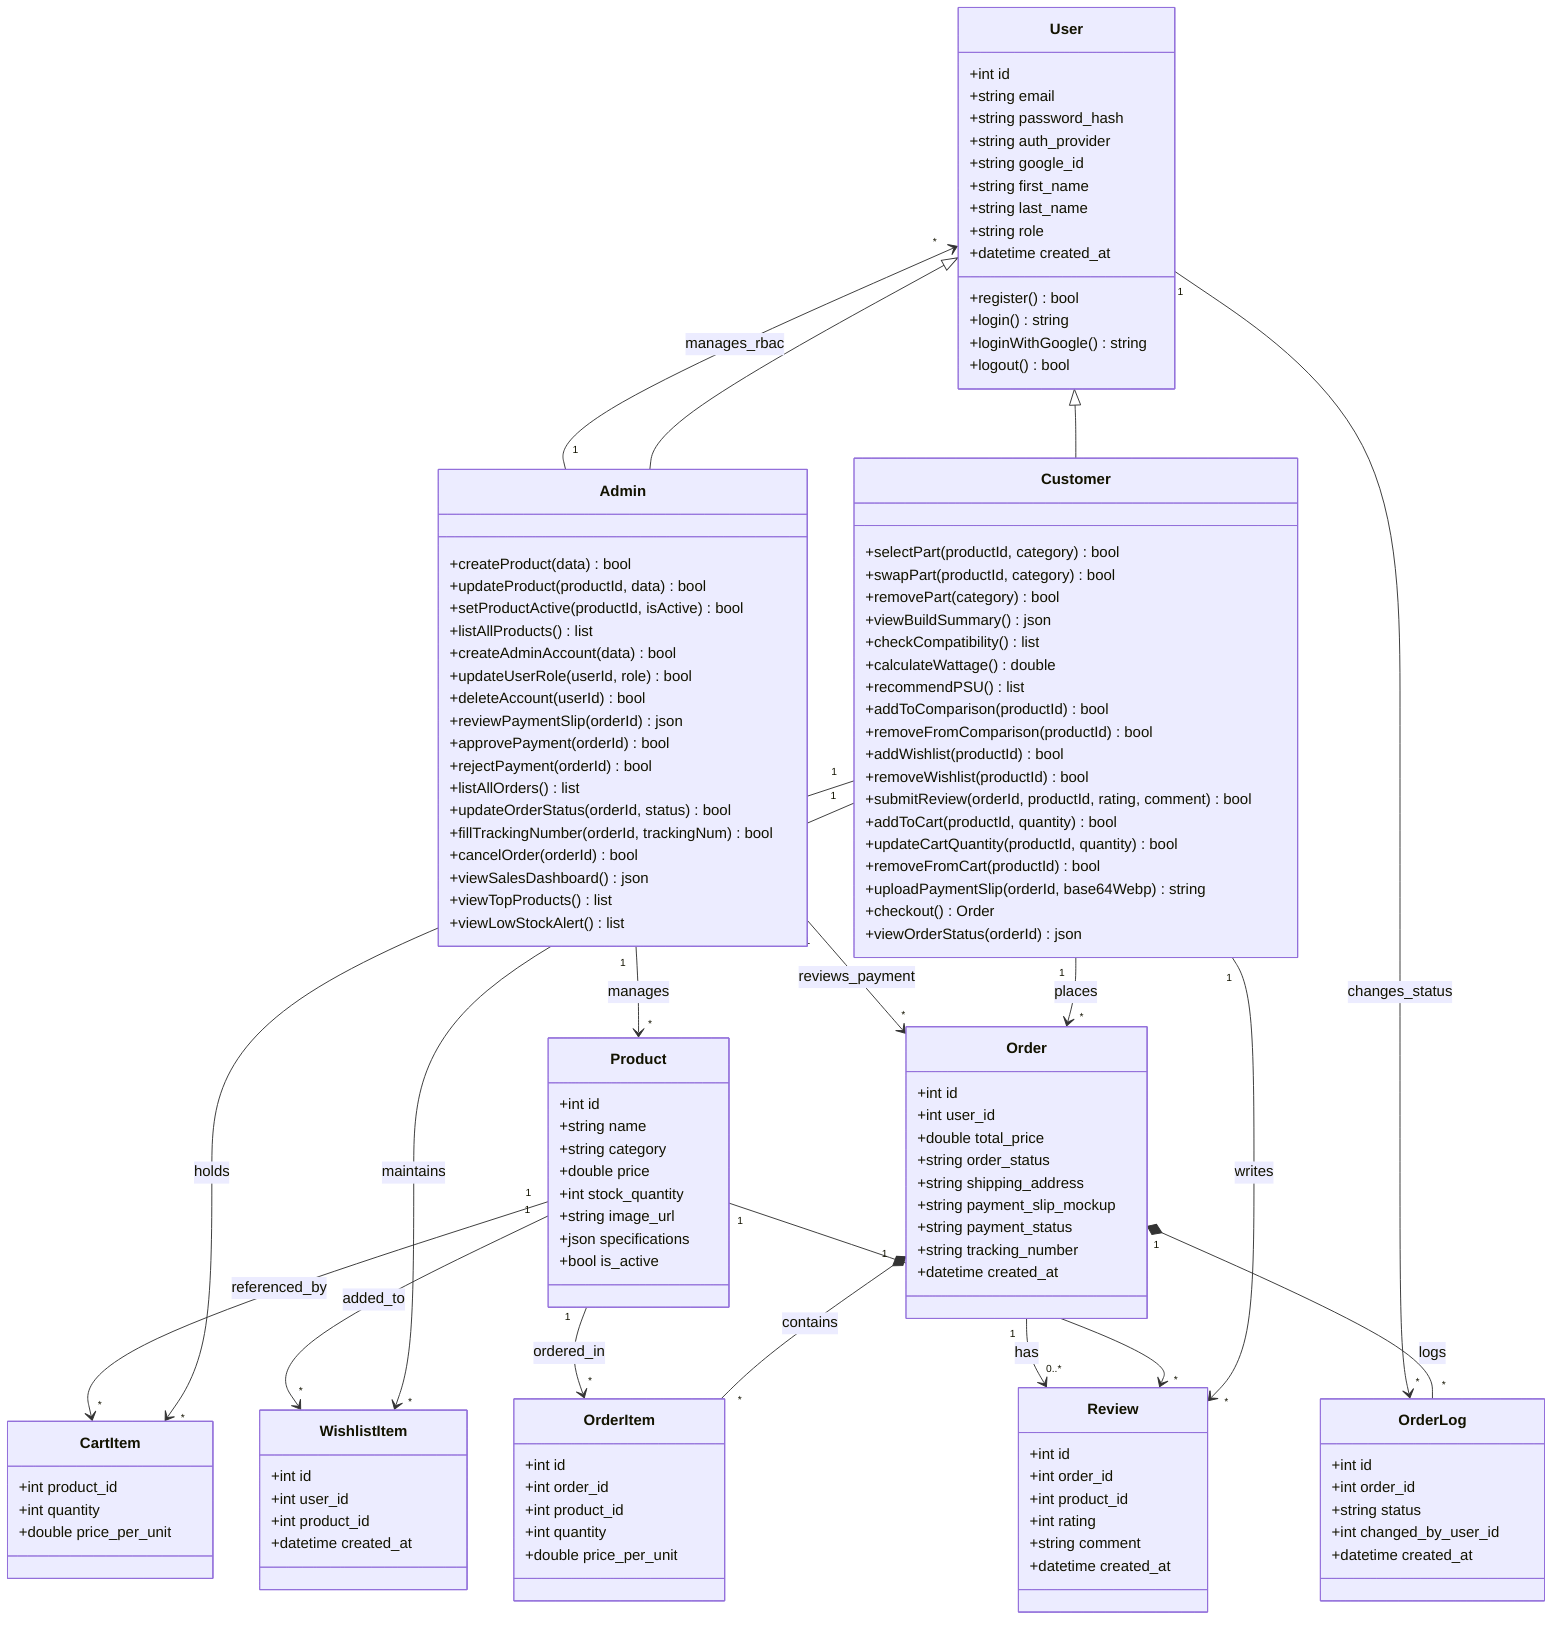
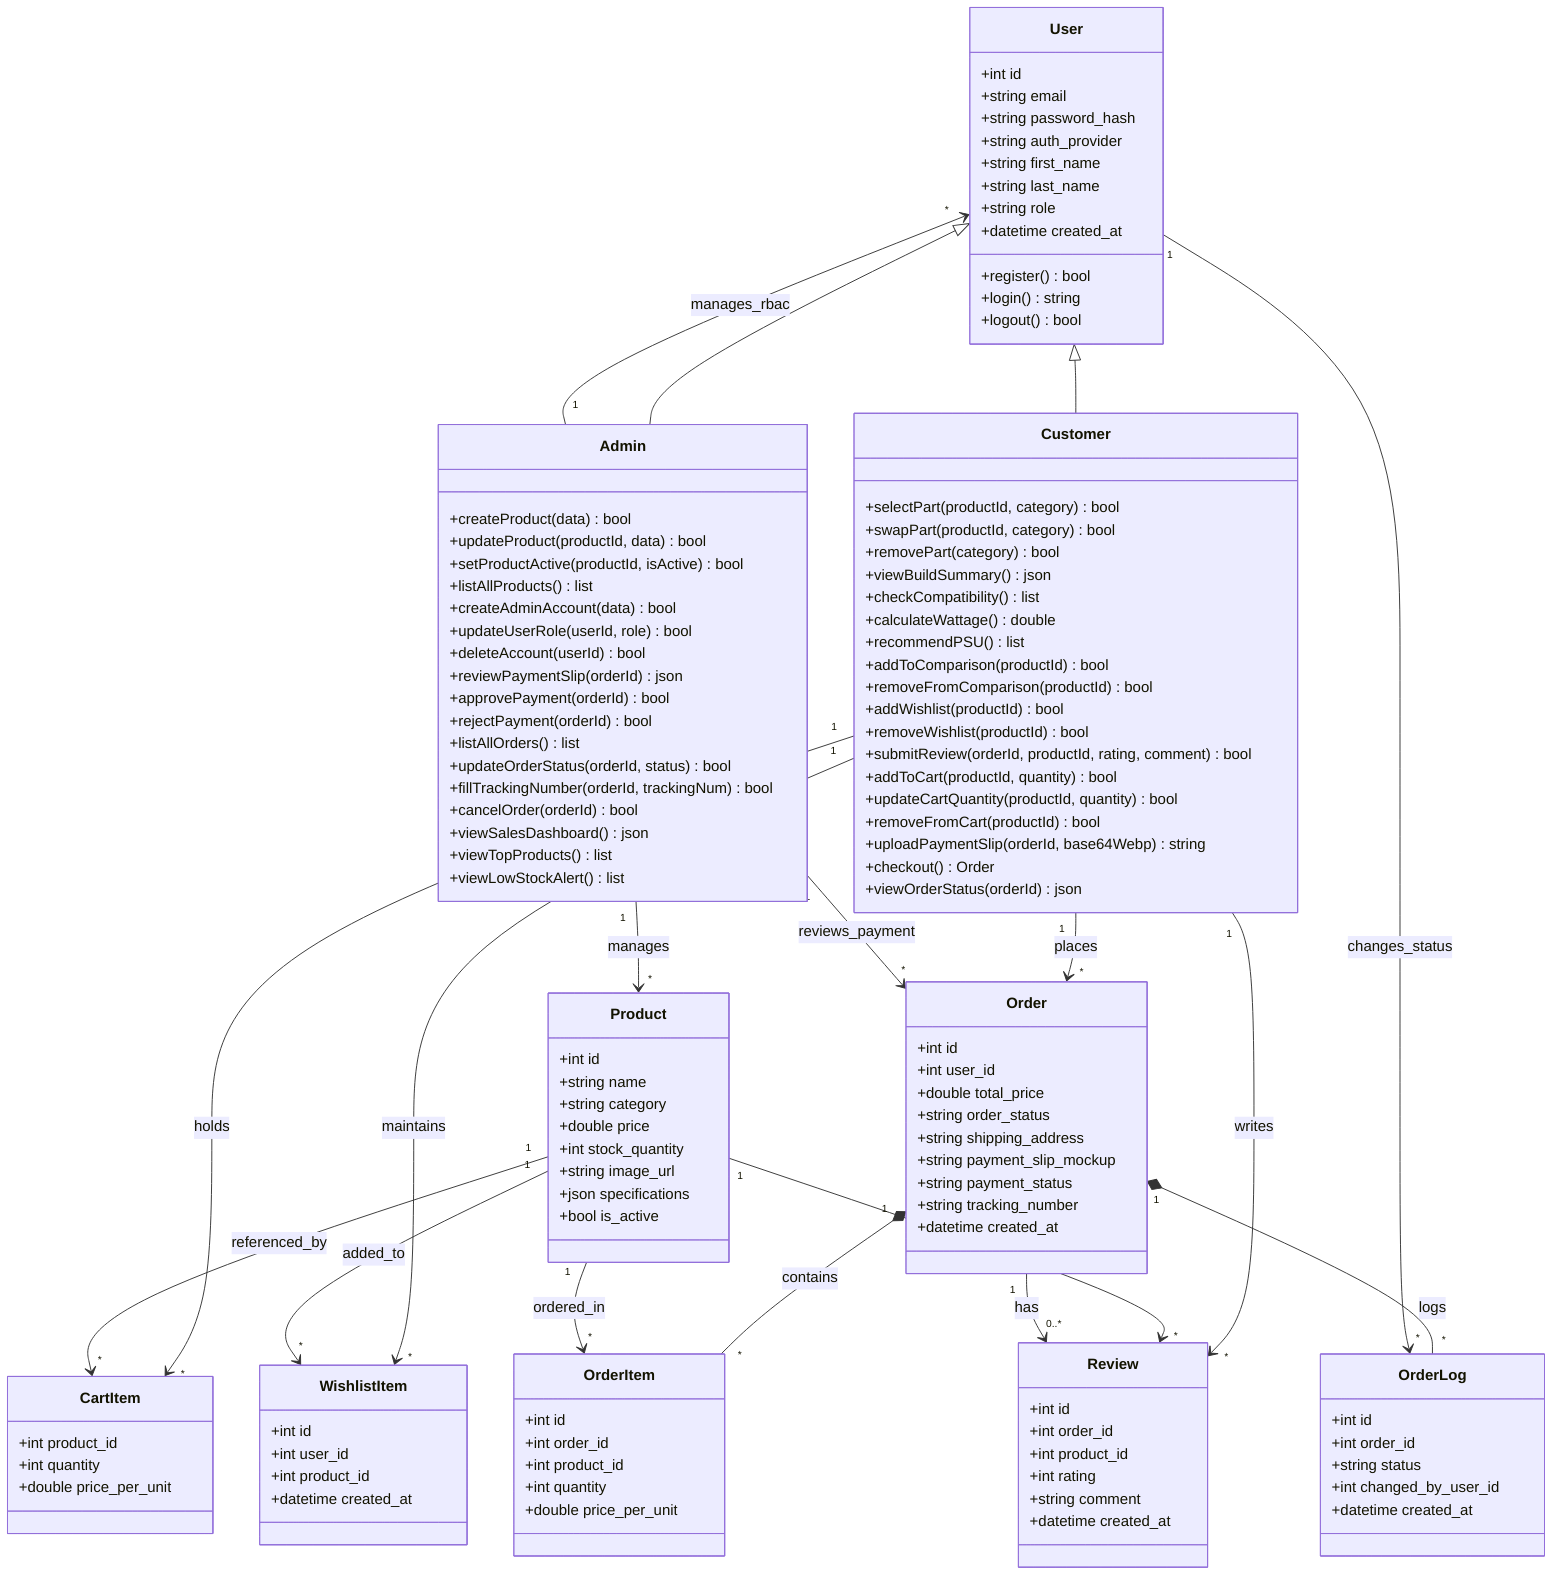
%% ============================================================
%% ComHub - Class Diagram (MVP Version)
%% แหล่งข้อมูล: markdown/project-scope.md
%% CSI204 - Software Engineering
%% MVP Scope: 2 Actors (Customer, Admin) / 7 Tables
%% ตัด: Staff, Manager, PrebuiltTemplate, TemplateItem,
%%      AssemblyRecord, GalleryPost, Stock Alert, Review Photos, Coupon
%% ============================================================
classDiagram

    %% ---------------- User Hierarchy (SYS-01) ----------------
    class User {
        +int id
        +string email
        +string password_hash
        +string auth_provider
-         +string google_id
        +string first_name
        +string last_name
        +string role
        +datetime created_at
        +register() bool
        +login() string
-         +loginWithGoogle() string
        +logout() bool
    }

    class Customer {
        %% C-01 ~ C-09 (MVP)
        +selectPart(productId, category) bool
        +swapPart(productId, category) bool
        +removePart(category) bool
        +viewBuildSummary() json
        +checkCompatibility() list
        +calculateWattage() double
        +recommendPSU() list
        +addToComparison(productId) bool
        +removeFromComparison(productId) bool
        +addWishlist(productId) bool
        +removeWishlist(productId) bool
        +submitReview(orderId, productId, rating, comment) bool
        +addToCart(productId, quantity) bool
        +updateCartQuantity(productId, quantity) bool
        +removeFromCart(productId) bool
        +uploadPaymentSlip(orderId, base64Webp) string
        +checkout() Order
        +viewOrderStatus(orderId) json
    }

    class Admin {
        %% A-01 ~ A-05 (MVP)
        +createProduct(data) bool
        +updateProduct(productId, data) bool
        +setProductActive(productId, isActive) bool
        +listAllProducts() list
        +createAdminAccount(data) bool
        +updateUserRole(userId, role) bool
        +deleteAccount(userId) bool
        +reviewPaymentSlip(orderId) json
        +approvePayment(orderId) bool
        +rejectPayment(orderId) bool
        +listAllOrders() list
        +updateOrderStatus(orderId, status) bool
        +fillTrackingNumber(orderId, trackingNum) bool
        +cancelOrder(orderId) bool
        +viewSalesDashboard() json
        +viewTopProducts() list
        +viewLowStockAlert() list
    }

    %% ---------------- Product & Catalog ----------------
    class Product {
        +int id
        +string name
        +string category
        +double price
        +int stock_quantity
        +string image_url
        +json specifications
        +bool is_active
    }

    %% ---------------- Wishlist (C-06 - No Stock Alert in MVP) ----------------
    class WishlistItem {
        +int id
        +int user_id
        +int product_id
        +datetime created_at
    }

    %% ---------------- Cart & Checkout (SYS-03 / C-01) ----------------
    class CartItem {
        %% Client-side only, persisted in LocalStorage (no DB table)
        +int product_id
        +int quantity
        +double price_per_unit
    }

    class Order {
        +int id
        +int user_id
        +double total_price
        +string order_status
        +string shipping_address
        +string payment_slip_mockup
        +string payment_status
        +string tracking_number
        +datetime created_at
    }

    class OrderItem {
        +int id
        +int order_id
        +int product_id
        +int quantity
        +double price_per_unit
    }

    class OrderLog {
        %% C-09 Order Tracking timeline (5 ขั้น)
        +int id
        +int order_id
        +string status
        +int changed_by_user_id
        +datetime created_at
    }

    %% ---------------- Review (C-07 - No Photos in MVP) ----------------
    class Review {
        +int id
        +int order_id
        +int product_id
        +int rating
        +string comment
        +datetime created_at
    }

    %% ================= Relationships =================

    %% Generalization (MVP: 2 subclasses)
    User <|-- Customer
    User <|-- Admin

    %% Customer domain
    Customer "1" --> "*" CartItem : holds
    Customer "1" --> "*" Order : places
    Customer "1" --> "*" WishlistItem : maintains
    Customer "1" --> "*" Review : writes
    Product "1" --> "*" CartItem : referenced_by
    Product "1" --> "*" WishlistItem : added_to
    Product "1" --> "*" Review : reviewed_under

    %% Order composition
    Order "1" *-- "*" OrderItem : contains
    Product "1" --> "*" OrderItem : ordered_in
    Order "1" *-- "*" OrderLog : logs
    User "1" --> "*" OrderLog : changes_status
    Order "1" --> "0..*" Review : has

    %% Admin domain
    Admin "1" --> "*" Product : manages
    Admin "1" --> "*" Order : reviews_payment
    Admin "1" --> "*" User : manages_rbac
